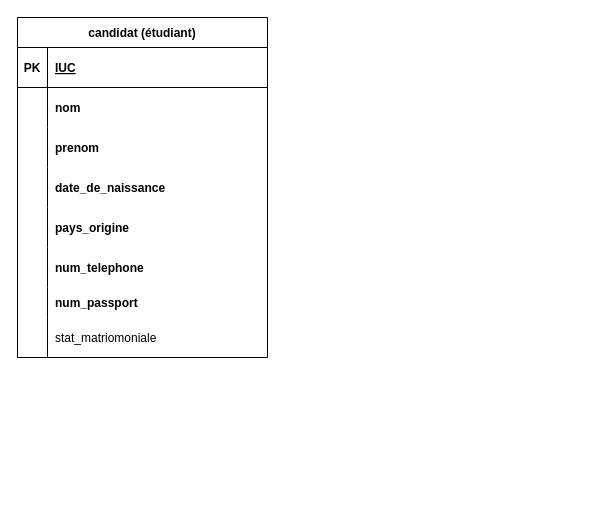
The draw.io diagram page "modèle relationelle" (2 of 2) of examen_mi_session/nikos_examen_mi_session.drawio in XxDxrkened/2079268_examen_mi_session, before the edit. Source tidied: cells renumbered, new cells numbered last; positions are measured from the earlier drawing's top-left corner, leaving out a move shared by most shapes. Both pictures are drawn from the tidied source at 100%, with x=0, y=0 at pixel (17, 17).
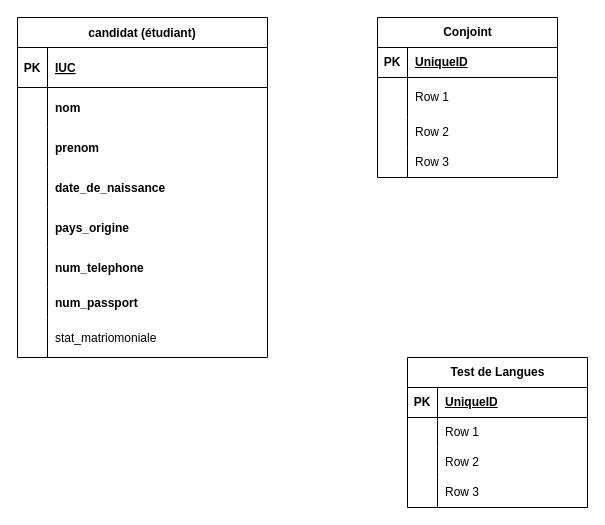
The same page after the edit.

Unchanged cells that the change refers to:
```xml
<mxCell id="6" style="shape=partialRectangle;fillColor=none;top=0;left=0;right=0;bottom=0;" parent="2" vertex="1">
  <mxGeometry y="70" width="250" height="40" as="geometry" />
</mxCell>
```

What changed in the source:
```diff
@@
-    <mxCell id="8" value="nom" style="shape=partialRectangle;overflow=hidden;fillColor=none;top=0;left=0;bottom=0;right=0;align=left;spacingLeft=6;fontStyle=1;" parent="6" vertex="1">
+    <mxCell id="8" value="nom" style="shape=partialRectangle;overflow=hidden;fillColor=none;top=0;left=0;bottom=0;right=0;align=left;spacingLeft=6;fontStyle=1;perimeterSpacing=4;strokeWidth=6;strokeColor=#ff0000;" parent="6" vertex="1">
       <mxGeometry x="30" width="220" height="40" as="geometry" />
     </mxCell>
@@
+    <mxCell id="27" value="Conjoint" style="shape=table;startSize=30;childLayout=tableLayout;rowLines=0;fontStyle=1;align=center;html=1;" parent="1" vertex="1">
+      <mxGeometry x="360" width="180" height="160" as="geometry" />
+    </mxCell>
+    <mxCell id="28" style="shape=tableRow;horizontal=0;startSize=0;swimlaneHead=0;swimlaneBody=0;fillColor=none;top=0;left=0;right=0;bottom=1;" parent="27" vertex="1">
+      <mxGeometry y="30" width="180" height="30" as="geometry" />
+    </mxCell>
+    <mxCell id="29" value="PK" style="shape=partialRectangle;fillColor=none;top=0;left=0;bottom=0;right=0;fontStyle=1;overflow=hidden;whiteSpace=wrap;html=1;" parent="28" vertex="1">
+      <mxGeometry width="30" height="30" as="geometry" />
+    </mxCell>
+    <mxCell id="30" value="UniqueID" style="shape=partialRectangle;fillColor=none;top=0;left=0;bottom=0;right=0;align=left;spacingLeft=6;fontStyle=5;overflow=hidden;whiteSpace=wrap;html=1;" parent="28" vertex="1">
+      <mxGeometry x="30" width="150" height="30" as="geometry" />
+    </mxCell>
+    <mxCell id="31" style="shape=tableRow;horizontal=0;startSize=0;swimlaneHead=0;swimlaneBody=0;fillColor=none;top=0;left=0;right=0;bottom=0;" parent="27" vertex="1">
+      <mxGeometry y="60" width="180" height="40" as="geometry" />
+    </mxCell>
+    <mxCell id="32" style="shape=partialRectangle;fillColor=none;top=0;left=0;bottom=0;right=0;overflow=hidden;whiteSpace=wrap;html=1;" parent="31" vertex="1">
+      <mxGeometry width="30" height="40" as="geometry" />
+    </mxCell>
+    <mxCell id="33" value="Row 1" style="shape=partialRectangle;fillColor=none;top=0;left=0;bottom=0;right=0;align=left;spacingLeft=6;overflow=hidden;whiteSpace=wrap;html=1;" parent="31" vertex="1">
+      <mxGeometry x="30" width="150" height="40" as="geometry" />
+    </mxCell>
+    <mxCell id="34" style="shape=tableRow;horizontal=0;startSize=0;swimlaneHead=0;swimlaneBody=0;fillColor=none;top=0;left=0;right=0;bottom=0;" parent="27" vertex="1">
+      <mxGeometry y="100" width="180" height="30" as="geometry" />
+    </mxCell>
+    <mxCell id="35" style="shape=partialRectangle;fillColor=none;top=0;left=0;bottom=0;right=0;overflow=hidden;whiteSpace=wrap;html=1;" parent="34" vertex="1">
+      <mxGeometry width="30" height="30" as="geometry" />
+    </mxCell>
+    <mxCell id="36" value="Row 2" style="shape=partialRectangle;fillColor=none;top=0;left=0;bottom=0;right=0;align=left;spacingLeft=6;overflow=hidden;whiteSpace=wrap;html=1;" parent="34" vertex="1">
+      <mxGeometry x="30" width="150" height="30" as="geometry" />
+    </mxCell>
+    <mxCell id="37" style="shape=tableRow;horizontal=0;startSize=0;swimlaneHead=0;swimlaneBody=0;fillColor=none;top=0;left=0;right=0;bottom=0;" parent="27" vertex="1">
+      <mxGeometry y="130" width="180" height="30" as="geometry" />
+    </mxCell>
+    <mxCell id="38" style="shape=partialRectangle;fillColor=none;top=0;left=0;bottom=0;right=0;overflow=hidden;whiteSpace=wrap;html=1;" parent="37" vertex="1">
+      <mxGeometry width="30" height="30" as="geometry" />
+    </mxCell>
+    <mxCell id="39" value="Row 3" style="shape=partialRectangle;fillColor=none;top=0;left=0;bottom=0;right=0;align=left;spacingLeft=6;overflow=hidden;whiteSpace=wrap;html=1;" parent="37" vertex="1">
+      <mxGeometry x="30" width="150" height="30" as="geometry" />
+    </mxCell>
+    <mxCell id="40" value="Test de Langues" style="shape=table;startSize=30;childLayout=tableLayout;rowLines=0;fontStyle=1;align=center;html=1;" parent="1" vertex="1">
+      <mxGeometry x="390" y="340" width="180" height="150" as="geometry" />
+    </mxCell>
+    <mxCell id="41" style="shape=tableRow;horizontal=0;startSize=0;swimlaneHead=0;swimlaneBody=0;fillColor=none;top=0;left=0;right=0;bottom=1;" parent="40" vertex="1">
+      <mxGeometry y="30" width="180" height="30" as="geometry" />
+    </mxCell>
+    <mxCell id="42" value="PK" style="shape=partialRectangle;fillColor=none;top=0;left=0;bottom=0;right=0;fontStyle=1;overflow=hidden;whiteSpace=wrap;html=1;" parent="41" vertex="1">
+      <mxGeometry width="30" height="30" as="geometry" />
+    </mxCell>
+    <mxCell id="43" value="UniqueID" style="shape=partialRectangle;fillColor=none;top=0;left=0;bottom=0;right=0;align=left;spacingLeft=6;fontStyle=5;overflow=hidden;whiteSpace=wrap;html=1;" parent="41" vertex="1">
+      <mxGeometry x="30" width="150" height="30" as="geometry" />
+    </mxCell>
+    <mxCell id="44" style="shape=tableRow;horizontal=0;startSize=0;swimlaneHead=0;swimlaneBody=0;fillColor=none;top=0;left=0;right=0;bottom=0;" parent="40" vertex="1">
+      <mxGeometry y="60" width="180" height="30" as="geometry" />
+    </mxCell>
+    <mxCell id="45" style="shape=partialRectangle;fillColor=none;top=0;left=0;bottom=0;right=0;overflow=hidden;whiteSpace=wrap;html=1;" parent="44" vertex="1">
+      <mxGeometry width="30" height="30" as="geometry" />
+    </mxCell>
+    <mxCell id="46" value="Row 1" style="shape=partialRectangle;fillColor=none;top=0;left=0;bottom=0;right=0;align=left;spacingLeft=6;overflow=hidden;whiteSpace=wrap;html=1;" parent="44" vertex="1">
+      <mxGeometry x="30" width="150" height="30" as="geometry" />
+    </mxCell>
+    <mxCell id="47" style="shape=tableRow;horizontal=0;startSize=0;swimlaneHead=0;swimlaneBody=0;fillColor=none;top=0;left=0;right=0;bottom=0;" parent="40" vertex="1">
+      <mxGeometry y="90" width="180" height="30" as="geometry" />
+    </mxCell>
+    <mxCell id="48" style="shape=partialRectangle;fillColor=none;top=0;left=0;bottom=0;right=0;overflow=hidden;whiteSpace=wrap;html=1;" parent="47" vertex="1">
+      <mxGeometry width="30" height="30" as="geometry" />
+    </mxCell>
+    <mxCell id="49" value="Row 2" style="shape=partialRectangle;fillColor=none;top=0;left=0;bottom=0;right=0;align=left;spacingLeft=6;overflow=hidden;whiteSpace=wrap;html=1;" parent="47" vertex="1">
+      <mxGeometry x="30" width="150" height="30" as="geometry" />
+    </mxCell>
+    <mxCell id="50" style="shape=tableRow;horizontal=0;startSize=0;swimlaneHead=0;swimlaneBody=0;fillColor=none;top=0;left=0;right=0;bottom=0;" parent="40" vertex="1">
+      <mxGeometry y="120" width="180" height="30" as="geometry" />
+    </mxCell>
+    <mxCell id="51" style="shape=partialRectangle;fillColor=none;top=0;left=0;bottom=0;right=0;overflow=hidden;whiteSpace=wrap;html=1;" parent="50" vertex="1">
+      <mxGeometry width="30" height="30" as="geometry" />
+    </mxCell>
+    <mxCell id="52" value="Row 3" style="shape=partialRectangle;fillColor=none;top=0;left=0;bottom=0;right=0;align=left;spacingLeft=6;overflow=hidden;whiteSpace=wrap;html=1;" parent="50" vertex="1">
+      <mxGeometry x="30" width="150" height="30" as="geometry" />
+    </mxCell>
```
